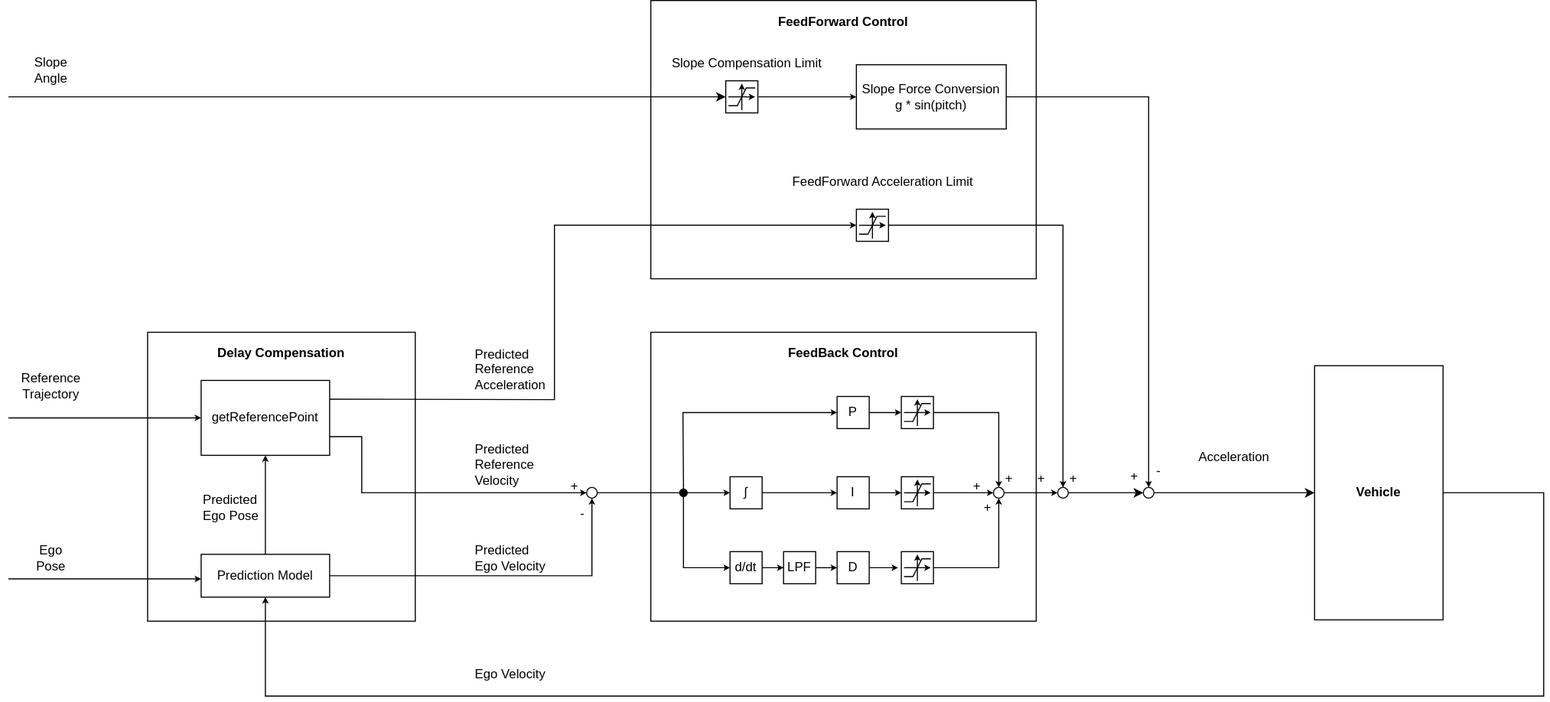
Earlier version of the draw.io export control/velocity_controller/media/VelocityControllerDiagram.drawio.svg (tier4/AutowareArchitectureProposal.iv). Source tidied: cells renumbered, new cells last; positions are measured from the earlier drawing's top-left corner, leaving out a move shared by most shapes.
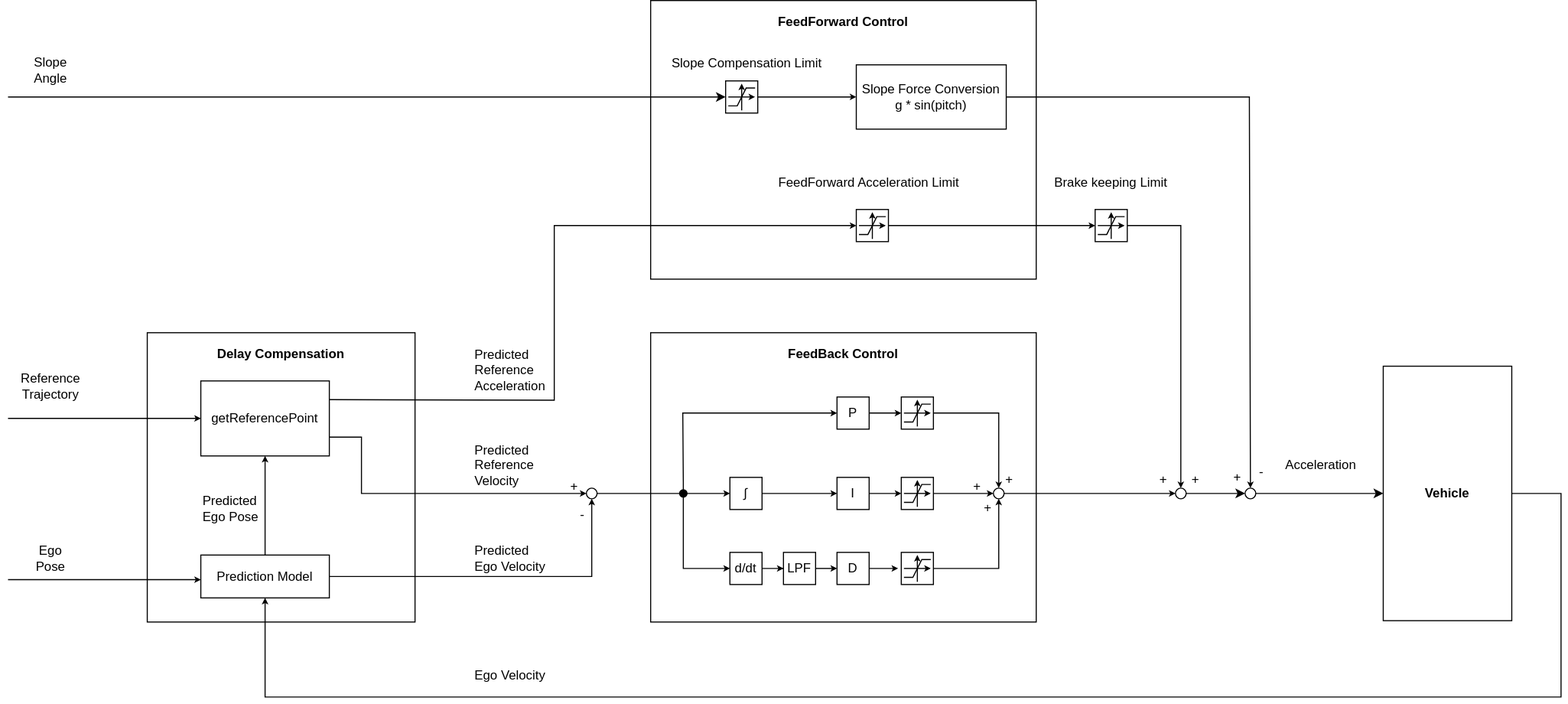
After the change.

Diff of the diagram source:
```diff
@@ -37,7 +37,7 @@
       <mxGeometry x="434" y="424" width="40" height="20" as="geometry" />
     </mxCell>
     <mxCell id="11" style="ellipse;whiteSpace=wrap;html=1;" parent="1" vertex="1">
-      <mxGeometry x="980" y="455" width="10" height="10" as="geometry" />
+      <mxGeometry x="1090" y="455" width="10" height="10" as="geometry" />
     </mxCell>
     <mxCell id="12" value="Predicted&lt;br&gt;Reference&lt;br&gt;Acceleration" style="text;html=1;strokeColor=none;fillColor=none;align=left;verticalAlign=middle;whiteSpace=wrap;rounded=0;" parent="1" vertex="1">
       <mxGeometry x="434" y="335" width="40" height="20" as="geometry" />
@@ -46,12 +46,13 @@
       <mxGeometry relative="1" as="geometry" />
     </mxCell>
     <mxCell id="14" style="ellipse;whiteSpace=wrap;html=1;" parent="1" vertex="1">
-      <mxGeometry x="1060" y="455" width="10" height="10" as="geometry" />
+      <mxGeometry x="1155" y="455" width="10" height="10" as="geometry" />
     </mxCell>
-    <mxCell id="15" style="endArrow=classic;html=1;entryX=0.5;entryY=0;entryDx=0;entryDy=0;rounded=0;exitX=1;exitY=0.5;exitDx=0;exitDy=0;endSize=3;" parent="1" edge="1" source="16" target="14">
+    <mxCell id="15" style="endArrow=classic;html=1;entryX=0.5;entryY=0;entryDx=0;entryDy=0;rounded=0;exitX=1;exitY=0.5;exitDx=0;exitDy=0;endSize=3;" parent="1" edge="1" source="16">
       <mxGeometry relative="1" as="geometry">
+        <mxPoint x="1160" y="455" as="targetPoint" />
         <Array as="points">
-          <mxPoint x="1065" y="90" />
+          <mxPoint x="1159" y="90" />
         </Array>
       </mxGeometry>
     </mxCell>
@@ -247,16 +248,16 @@
       <mxGeometry x="900" y="443.5" width="10" height="20" as="geometry" />
     </mxCell>
     <mxCell id="61" value="+" style="text;html=1;strokeColor=none;fillColor=none;align=center;verticalAlign=middle;whiteSpace=wrap;rounded=0;" parent="1" vertex="1">
-      <mxGeometry x="990" y="436.5" width="10" height="20" as="geometry" />
+      <mxGeometry x="1104" y="436.5" width="10" height="20" as="geometry" />
     </mxCell>
     <mxCell id="62" value="+" style="text;html=1;strokeColor=none;fillColor=none;align=center;verticalAlign=middle;whiteSpace=wrap;rounded=0;" parent="1" vertex="1">
-      <mxGeometry x="960" y="436.5" width="10" height="20" as="geometry" />
+      <mxGeometry x="1074" y="436.5" width="10" height="20" as="geometry" />
     </mxCell>
     <mxCell id="63" value="+" style="text;html=1;strokeColor=none;fillColor=none;align=center;verticalAlign=middle;whiteSpace=wrap;rounded=0;" parent="1" vertex="1">
-      <mxGeometry x="1047" y="435" width="10" height="20" as="geometry" />
+      <mxGeometry x="1143" y="435" width="10" height="20" as="geometry" />
     </mxCell>
     <mxCell id="64" value="-" style="text;html=1;strokeColor=none;fillColor=none;align=center;verticalAlign=middle;whiteSpace=wrap;rounded=0;" parent="1" vertex="1">
-      <mxGeometry x="1070.5" y="430" width="7" height="20" as="geometry" />
+      <mxGeometry x="1166.5" y="430" width="7" height="20" as="geometry" />
     </mxCell>
     <mxCell id="65" style="group;" parent="1" vertex="1">
       <mxGeometry x="792" y="195" width="30" height="30" as="geometry" />
@@ -292,7 +293,7 @@
         </Array>
       </mxGeometry>
     </mxCell>
-    <mxCell id="71" style="edgeStyle=orthogonalEdgeStyle;rounded=0;jettySize=auto;html=1;exitX=1;exitY=0.5;exitDx=0;exitDy=0;startArrow=none;startFill=0;endArrow=classic;endFill=1;endSize=3;entryX=0.5;entryY=0;entryDx=0;entryDy=0;" parent="1" edge="1" source="66" target="11">
+    <mxCell id="71" style="edgeStyle=orthogonalEdgeStyle;rounded=0;jettySize=auto;html=1;exitX=1;exitY=0.5;exitDx=0;exitDy=0;startArrow=none;startFill=0;endArrow=classic;endFill=1;endSize=3;entryX=0.5;entryY=0;entryDx=0;entryDy=0;" parent="1" edge="1" source="101" target="11">
       <mxGeometry relative="1" as="geometry" />
     </mxCell>
     <mxCell id="72" style="endArrow=classic;html=1;endSize=3;entryX=0;entryY=0.5;entryDx=0;entryDy=0;exitX=1;exitY=0.25;exitDx=0;exitDy=0;rounded=0;" parent="1" edge="1" source="94" target="66">
@@ -344,13 +345,13 @@
       <mxGeometry x="615" y="49" width="150" height="20" as="geometry" />
     </mxCell>
     <mxCell id="81" value="FeedForward Acceleration Limit" style="text;html=1;strokeColor=none;fillColor=none;align=center;verticalAlign=middle;whiteSpace=wrap;rounded=0;" parent="1" vertex="1">
-      <mxGeometry x="714" y="160" width="206" height="20" as="geometry" />
+      <mxGeometry x="701" y="160" width="206" height="20" as="geometry" />
     </mxCell>
     <mxCell id="82" style="edgeStyle=orthogonalEdgeStyle;rounded=0;jettySize=auto;html=1;startArrow=none;startFill=0;endArrow=classic;endFill=1;endSize=3;exitX=1;exitY=0.5;exitDx=0;exitDy=0;entryX=0.5;entryY=1;entryDx=0;entryDy=0;" parent="1" edge="1" source="99" target="93">
       <mxGeometry relative="1" as="geometry">
         <Array as="points">
-          <mxPoint x="1434" y="460" />
-          <mxPoint x="1434" y="650" />
+          <mxPoint x="1450" y="460" />
+          <mxPoint x="1450" y="650" />
           <mxPoint x="240" y="650" />
         </Array>
       </mxGeometry>
@@ -408,10 +409,50 @@
       <mxGeometry x="677" y="10" width="206" height="20" as="geometry" />
     </mxCell>
     <mxCell id="98" value="Acceleration" style="text;html=1;strokeColor=none;fillColor=none;align=left;verticalAlign=middle;whiteSpace=wrap;rounded=0;" parent="1" vertex="1">
-      <mxGeometry x="1110" y="416.5" width="40" height="20" as="geometry" />
+      <mxGeometry x="1191" y="423.5" width="40" height="20" as="geometry" />
     </mxCell>
     <mxCell id="99" value="&lt;b&gt;Vehicle&lt;/b&gt;" style="rounded=0;whiteSpace=wrap;html=1;" parent="1" vertex="1">
-      <mxGeometry x="1220" y="341.2" width="120" height="237.5" as="geometry" />
+      <mxGeometry x="1284" y="341.2" width="120" height="237.5" as="geometry" />
     </mxCell>
+    <mxCell id="100" style="group;" parent="1" vertex="1">
+      <mxGeometry x="1015" y="195" width="30" height="30" as="geometry" />
+    </mxCell>
+    <mxCell id="101" style="rounded=0;whiteSpace=wrap;html=1;" parent="100" vertex="1">
+      <mxGeometry width="30" height="30" as="geometry" />
+    </mxCell>
+    <mxCell id="102" style="group;" parent="100" vertex="1">
+      <mxGeometry x="10.8" y="2.5" width="8.3" height="25" as="geometry" />
+    </mxCell>
+    <mxCell id="103" style="endArrow=classic;html=1;endSize=3;" parent="102" edge="1">
+      <mxGeometry relative="1" as="geometry">
+        <mxPoint x="4.2" y="25" as="sourcePoint" />
+        <mxPoint x="4.2" as="targetPoint" />
+      </mxGeometry>
+    </mxCell>
+    <mxCell id="104" style="endArrow=classic;html=1;endSize=3;" parent="102" edge="1">
+      <mxGeometry relative="1" as="geometry">
+        <mxPoint x="-8.3" y="12.5" as="sourcePoint" />
+        <mxPoint x="16.7" y="12.5" as="targetPoint" />
+        <Array as="points">
+          <mxPoint x="8.3" y="12.5" />
+        </Array>
+      </mxGeometry>
+    </mxCell>
+    <mxCell id="105" style="endArrow=none;html=1;rounded=0;" parent="102" edge="1">
+      <mxGeometry relative="1" as="geometry">
+        <mxPoint x="-8.3" y="20.8" as="sourcePoint" />
+        <mxPoint x="16.7" y="4.2" as="targetPoint" />
+        <Array as="points">
+          <mxPoint y="20.8" />
+          <mxPoint x="8.3" y="4.2" />
+        </Array>
+      </mxGeometry>
+    </mxCell>
+    <mxCell id="106" style="endArrow=classic;html=1;rounded=0;exitX=1;exitY=0.5;exitDx=0;exitDy=0;entryX=0;entryY=0.5;entryDx=0;entryDy=0;endSize=3;" parent="1" edge="1" source="66" target="101">
+      <mxGeometry relative="1" as="geometry" />
+    </mxCell>
+    <mxCell id="107" value="Brake keeping Limit" style="text;html=1;strokeColor=none;fillColor=none;align=center;verticalAlign=middle;whiteSpace=wrap;rounded=0;" parent="1" vertex="1">
+      <mxGeometry x="960" y="160" width="140" height="20" as="geometry" />
+    </mxCell>
   </root>
 </mxGraphModel>
```
